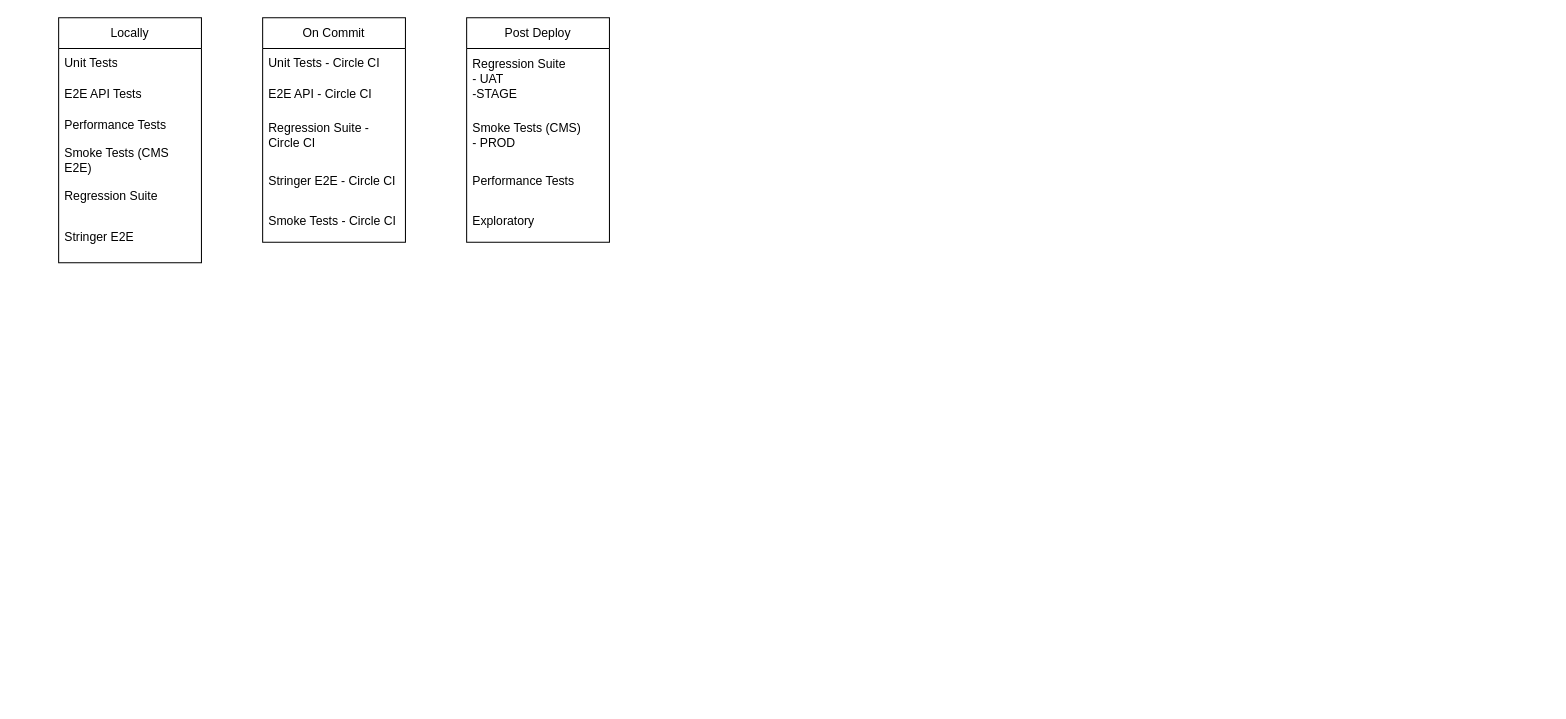
Above: When do the tests run.drawio in EmmaHawkins/test_flows (draw.io), before the change. Source tidied: cells renumbered, new cells numbered last; positions are measured from the earlier drawing's top-left corner, leaving out a move shared by most shapes. Both pictures are drawn from the tidied source at 102%, with x=0, y=0 at pixel (58, 17).
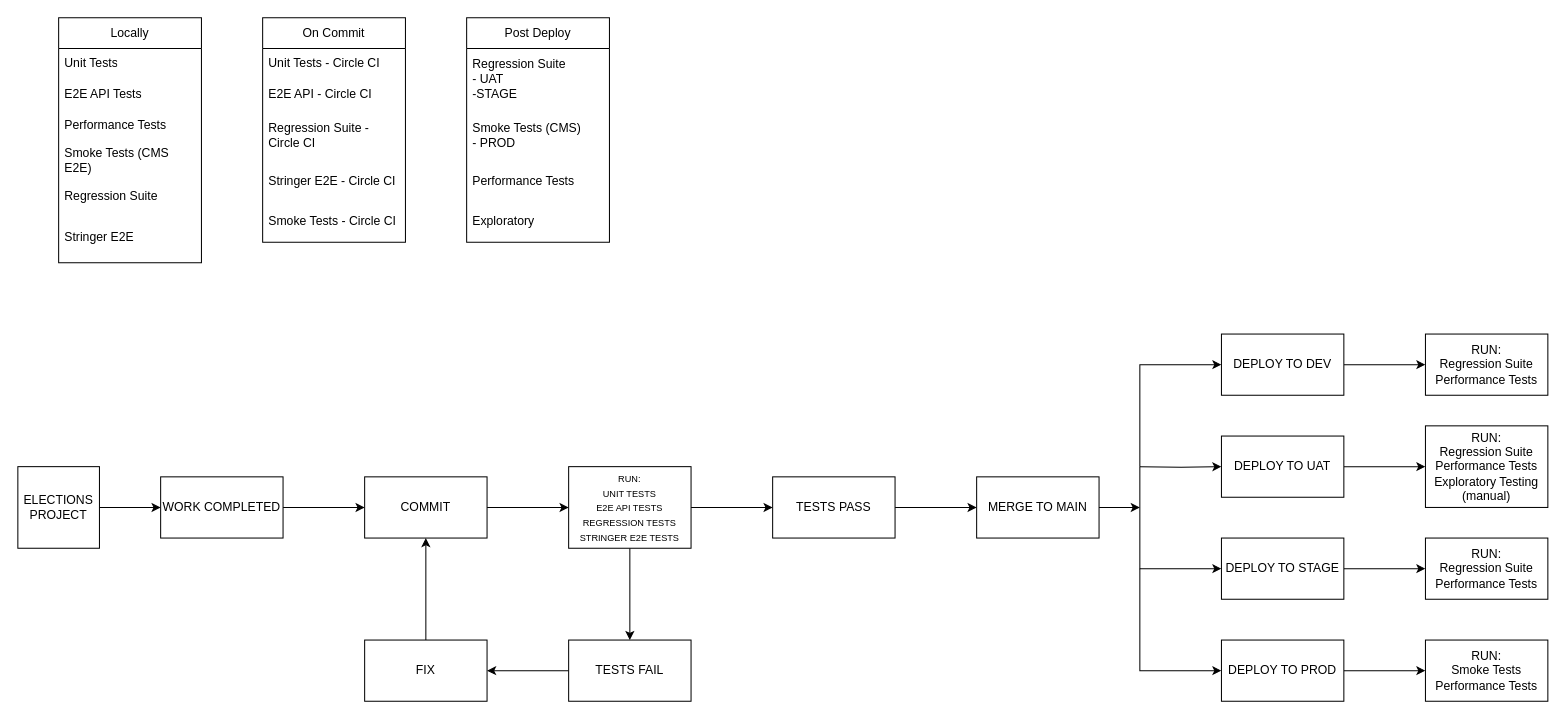
The same page after the edit.

Change to the diagram source:
```diff
@@
+    <mxCell id="20" style="edgeStyle=orthogonalEdgeStyle;rounded=0;jettySize=auto;html=1;" parent="1" edge="1" source="21" target="23">
+      <mxGeometry relative="1" as="geometry" />
+    </mxCell>
+    <mxCell id="21" value="ELECTIONS PROJECT" style="whiteSpace=wrap;html=1;" parent="1" vertex="1">
+      <mxGeometry x="-40" y="440" width="80" height="80" as="geometry" />
+    </mxCell>
+    <mxCell id="22" style="edgeStyle=orthogonalEdgeStyle;rounded=0;jettySize=auto;html=1;" parent="1" edge="1" source="23" target="25">
+      <mxGeometry relative="1" as="geometry" />
+    </mxCell>
+    <mxCell id="23" value="WORK COMPLETED" style="whiteSpace=wrap;html=1;" parent="1" vertex="1">
+      <mxGeometry x="100" y="450" width="120" height="60" as="geometry" />
+    </mxCell>
+    <mxCell id="24" style="edgeStyle=orthogonalEdgeStyle;rounded=0;jettySize=auto;html=1;" parent="1" edge="1" source="25" target="28">
+      <mxGeometry relative="1" as="geometry" />
+    </mxCell>
+    <mxCell id="25" value="COMMIT" style="whiteSpace=wrap;html=1;" parent="1" vertex="1">
+      <mxGeometry x="300" y="450" width="120" height="60" as="geometry" />
+    </mxCell>
+    <mxCell id="26" style="edgeStyle=orthogonalEdgeStyle;rounded=0;jettySize=auto;html=1;" parent="1" edge="1" source="28" target="30">
+      <mxGeometry relative="1" as="geometry" />
+    </mxCell>
+    <mxCell id="27" style="edgeStyle=orthogonalEdgeStyle;rounded=0;jettySize=auto;html=1;" parent="1" edge="1" source="28" target="34">
+      <mxGeometry relative="1" as="geometry" />
+    </mxCell>
+    <mxCell id="28" value="&lt;font style=&quot;font-size: 9px;&quot;&gt;RUN:&lt;br&gt;UNIT TESTS&lt;br&gt;E2E API TESTS&lt;br&gt;REGRESSION TESTS&lt;br&gt;STRINGER E2E TESTS&lt;/font&gt;" style="whiteSpace=wrap;html=1;" parent="1" vertex="1">
+      <mxGeometry x="500" y="440" width="120" height="80" as="geometry" />
+    </mxCell>
+    <mxCell id="29" style="edgeStyle=orthogonalEdgeStyle;rounded=0;jettySize=auto;html=1;" parent="1" edge="1" source="30" target="32">
+      <mxGeometry relative="1" as="geometry" />
+    </mxCell>
+    <mxCell id="30" value="TESTS FAIL" style="whiteSpace=wrap;html=1;" parent="1" vertex="1">
+      <mxGeometry x="500" y="610" width="120" height="60" as="geometry" />
+    </mxCell>
+    <mxCell id="31" style="edgeStyle=orthogonalEdgeStyle;rounded=0;jettySize=auto;html=1;" parent="1" edge="1" source="32" target="25">
+      <mxGeometry relative="1" as="geometry" />
+    </mxCell>
+    <mxCell id="32" value="FIX" style="whiteSpace=wrap;html=1;" parent="1" vertex="1">
+      <mxGeometry x="300" y="610" width="120" height="60" as="geometry" />
+    </mxCell>
+    <mxCell id="33" style="edgeStyle=orthogonalEdgeStyle;rounded=0;jettySize=auto;html=1;" parent="1" edge="1" source="34" target="36">
+      <mxGeometry relative="1" as="geometry" />
+    </mxCell>
+    <mxCell id="34" value="TESTS PASS" style="whiteSpace=wrap;html=1;" parent="1" vertex="1">
+      <mxGeometry x="700" y="450" width="120" height="60" as="geometry" />
+    </mxCell>
+    <mxCell id="35" style="edgeStyle=orthogonalEdgeStyle;rounded=0;jettySize=auto;html=1;" parent="1" edge="1" target="38">
+      <mxGeometry relative="1" as="geometry">
+        <mxPoint x="1060" y="440" as="sourcePoint" />
+      </mxGeometry>
+    </mxCell>
+    <mxCell id="36" value="MERGE TO MAIN" style="whiteSpace=wrap;html=1;" parent="1" vertex="1">
+      <mxGeometry x="900" y="450" width="120" height="60" as="geometry" />
+    </mxCell>
+    <mxCell id="37" style="edgeStyle=orthogonalEdgeStyle;rounded=0;jettySize=auto;html=1;" parent="1" edge="1" source="38" target="50">
+      <mxGeometry relative="1" as="geometry" />
+    </mxCell>
+    <mxCell id="38" value="DEPLOY TO UAT" style="whiteSpace=wrap;html=1;" parent="1" vertex="1">
+      <mxGeometry x="1140" y="410" width="120" height="60" as="geometry" />
+    </mxCell>
+    <mxCell id="39" style="edgeStyle=orthogonalEdgeStyle;rounded=0;jettySize=auto;html=1;" parent="1" edge="1" source="40" target="49">
+      <mxGeometry relative="1" as="geometry" />
+    </mxCell>
+    <mxCell id="40" value="DEPLOY TO DEV" style="whiteSpace=wrap;html=1;" parent="1" vertex="1">
+      <mxGeometry x="1140" y="310" width="120" height="60" as="geometry" />
+    </mxCell>
+    <mxCell id="41" style="edgeStyle=orthogonalEdgeStyle;rounded=0;jettySize=auto;html=1;" parent="1" edge="1" source="42" target="51">
+      <mxGeometry relative="1" as="geometry" />
+    </mxCell>
+    <mxCell id="42" value="DEPLOY TO STAGE" style="whiteSpace=wrap;html=1;" parent="1" vertex="1">
+      <mxGeometry x="1140" y="510" width="120" height="60" as="geometry" />
+    </mxCell>
+    <mxCell id="43" style="edgeStyle=orthogonalEdgeStyle;rounded=0;jettySize=auto;html=1;" parent="1" edge="1" source="44" target="52">
+      <mxGeometry relative="1" as="geometry" />
+    </mxCell>
+    <mxCell id="44" value="DEPLOY TO PROD" style="whiteSpace=wrap;html=1;" parent="1" vertex="1">
+      <mxGeometry x="1140" y="610" width="120" height="60" as="geometry" />
+    </mxCell>
+    <mxCell id="45" style="endArrow=classic;html=1;rounded=0;entryX=0;entryY=0.5;entryDx=0;entryDy=0;exitX=1;exitY=0.5;exitDx=0;exitDy=0;" parent="1" edge="1" target="40">
+      <mxGeometry relative="1" as="geometry">
+        <mxPoint x="1060" y="440" as="sourcePoint" />
+        <Array as="points">
+          <mxPoint x="1060" y="340" />
+        </Array>
+      </mxGeometry>
+    </mxCell>
+    <mxCell id="46" style="endArrow=classic;html=1;rounded=0;entryX=0;entryY=0.5;entryDx=0;entryDy=0;exitX=1;exitY=0.5;exitDx=0;exitDy=0;" parent="1" edge="1" target="42">
+      <mxGeometry relative="1" as="geometry">
+        <mxPoint x="1060" y="440" as="sourcePoint" />
+        <Array as="points">
+          <mxPoint x="1060" y="540" />
+          <mxPoint x="1100" y="540" />
+        </Array>
+      </mxGeometry>
+    </mxCell>
+    <mxCell id="47" style="endArrow=classic;html=1;rounded=0;entryX=0;entryY=0.5;entryDx=0;entryDy=0;exitX=1;exitY=0.5;exitDx=0;exitDy=0;" parent="1" edge="1">
+      <mxGeometry relative="1" as="geometry">
+        <mxPoint x="1060" y="540" as="sourcePoint" />
+        <mxPoint x="1140" y="640" as="targetPoint" />
+        <Array as="points">
+          <mxPoint x="1060" y="640" />
+          <mxPoint x="1100" y="640" />
+        </Array>
+      </mxGeometry>
+    </mxCell>
+    <mxCell id="48" style="endArrow=classic;html=1;rounded=0;" parent="1" edge="1">
+      <mxGeometry relative="1" as="geometry">
+        <mxPoint x="1020" y="480" as="sourcePoint" />
+        <mxPoint x="1060" y="480" as="targetPoint" />
+      </mxGeometry>
+    </mxCell>
+    <mxCell id="49" value="RUN:&lt;br style=&quot;border-color: var(--border-color);&quot;&gt;Regression Suite&lt;br style=&quot;border-color: var(--border-color);&quot;&gt;Performance Tests" style="whiteSpace=wrap;html=1;" parent="1" vertex="1">
+      <mxGeometry x="1340" y="310" width="120" height="60" as="geometry" />
+    </mxCell>
+    <mxCell id="50" value="RUN:&lt;br&gt;Regression Suite&lt;br&gt;Performance Tests&lt;br&gt;Exploratory Testing (manual)" style="whiteSpace=wrap;html=1;" parent="1" vertex="1">
+      <mxGeometry x="1340" y="400" width="120" height="80" as="geometry" />
+    </mxCell>
+    <mxCell id="51" value="RUN:&lt;br style=&quot;border-color: var(--border-color);&quot;&gt;Regression Suite&lt;br style=&quot;border-color: var(--border-color);&quot;&gt;Performance Tests" style="whiteSpace=wrap;html=1;" parent="1" vertex="1">
+      <mxGeometry x="1340" y="510" width="120" height="60" as="geometry" />
+    </mxCell>
+    <mxCell id="52" value="RUN:&lt;br style=&quot;border-color: var(--border-color);&quot;&gt;Smoke Tests&lt;br style=&quot;border-color: var(--border-color);&quot;&gt;Performance Tests" style="whiteSpace=wrap;html=1;" parent="1" vertex="1">
+      <mxGeometry x="1340" y="610" width="120" height="60" as="geometry" />
+    </mxCell>
```
